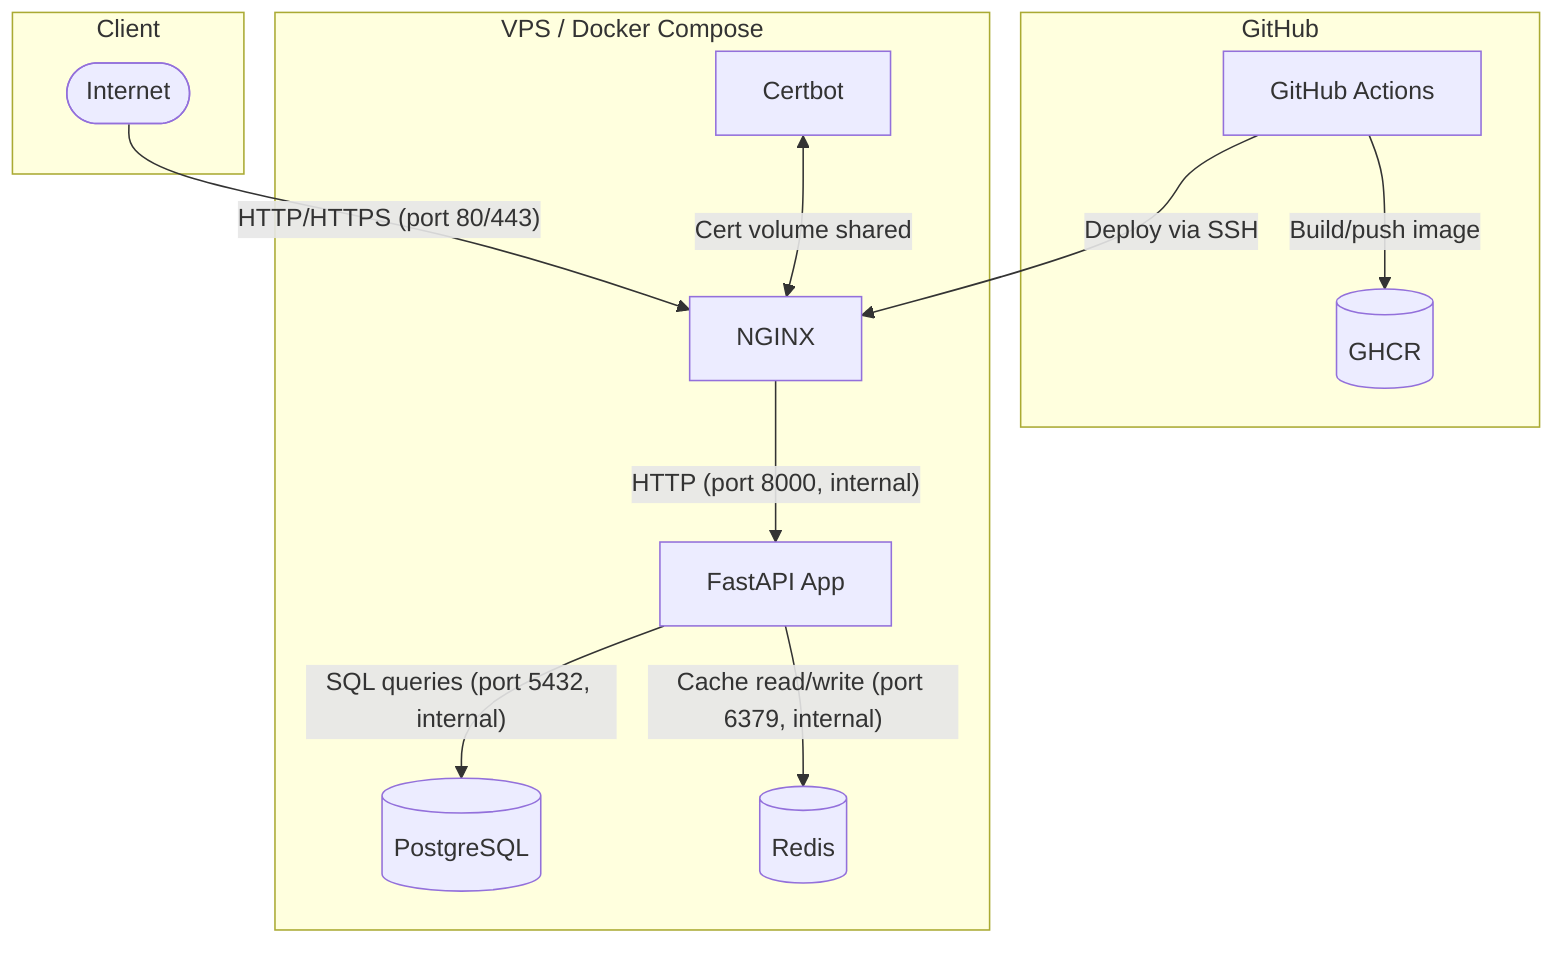
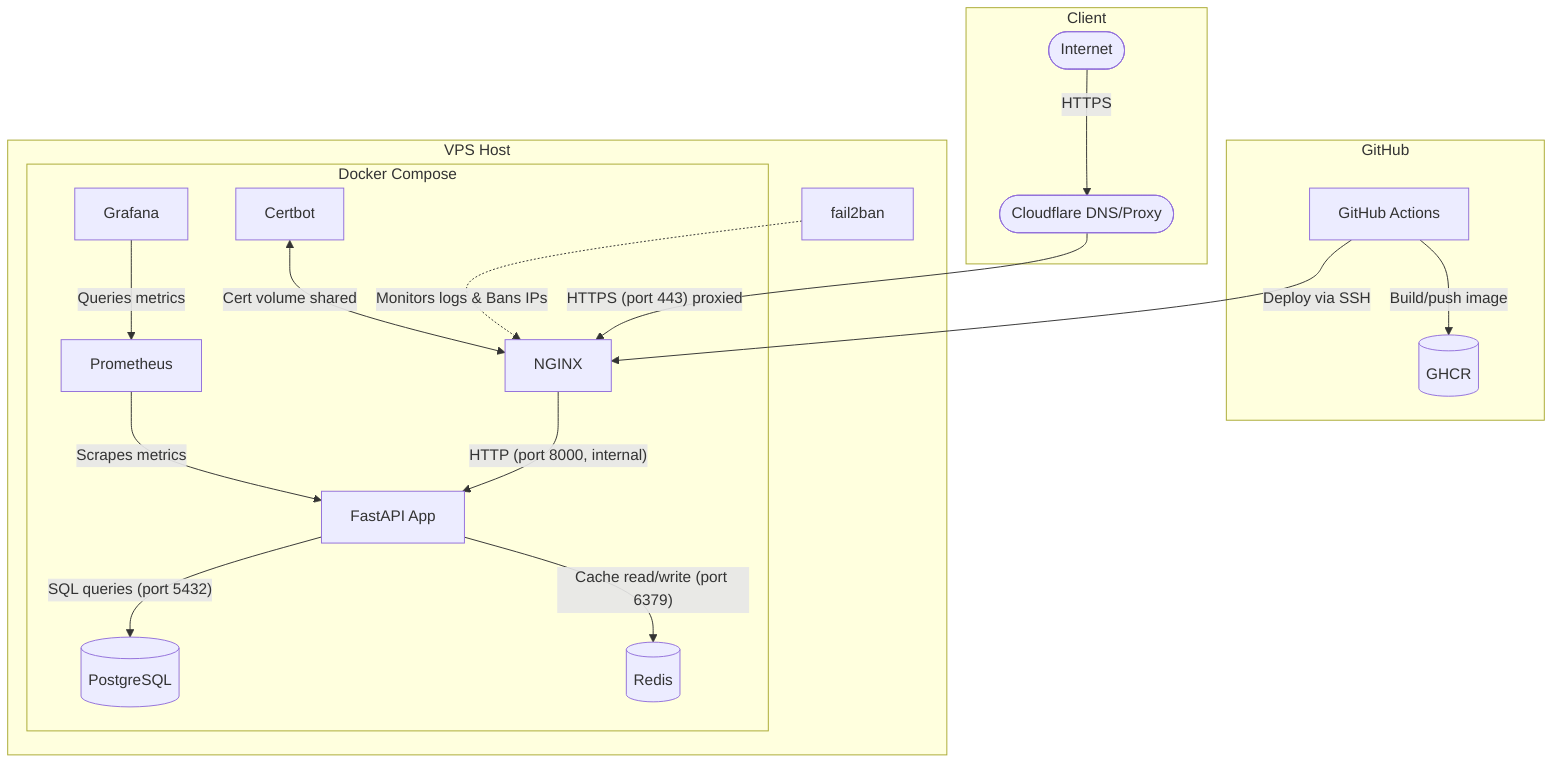
flowchart TD
    subgraph Client [Client]
        Internet([Internet])
+         Cloudflare([Cloudflare DNS/Proxy])
    end

    subgraph GitHub [GitHub]
        GHA[GitHub Actions]
        GHCR[(GHCR)]
    end

-     subgraph VPS [VPS / Docker Compose]
-         NGINX[NGINX]
-         Certbot[Certbot]
-         FastAPI[FastAPI App]
-         PostgreSQL[(PostgreSQL)]
-         Redis[(Redis)]
+     subgraph VPS [VPS Host]
+         Fail2Ban[fail2ban]
+         subgraph Docker Compose
+             NGINX[NGINX]
+             Certbot[Certbot]
+             FastAPI[FastAPI App]
+             PostgreSQL[(PostgreSQL)]
+             Redis[(Redis)]
+             Prometheus[Prometheus]
+             Grafana[Grafana]
+         end
    end

-     Internet -- "HTTP/HTTPS (port 80/443)" --> NGINX
+     Internet -- "HTTPS" --> Cloudflare
+     Cloudflare -- "HTTPS (port 443) proxied" --> NGINX
    NGINX -- "HTTP (port 8000, internal)" --> FastAPI
-     FastAPI -- "SQL queries (port 5432, internal)" --> PostgreSQL
-     FastAPI -- "Cache read/write (port 6379, internal)" --> Redis
+     FastAPI -- "SQL queries (port 5432)" --> PostgreSQL
+     FastAPI -- "Cache read/write (port 6379)" --> Redis
+ 
+     Prometheus -- "Scrapes metrics" --> FastAPI
+     Grafana -- "Queries metrics" --> Prometheus
+     Fail2Ban -. "Monitors logs & Bans IPs" .-> NGINX

    GHA -- "Build/push image" --> GHCR
    GHA -- "Deploy via SSH" --> NGINX

    Certbot <-->|"Cert volume shared"| NGINX
